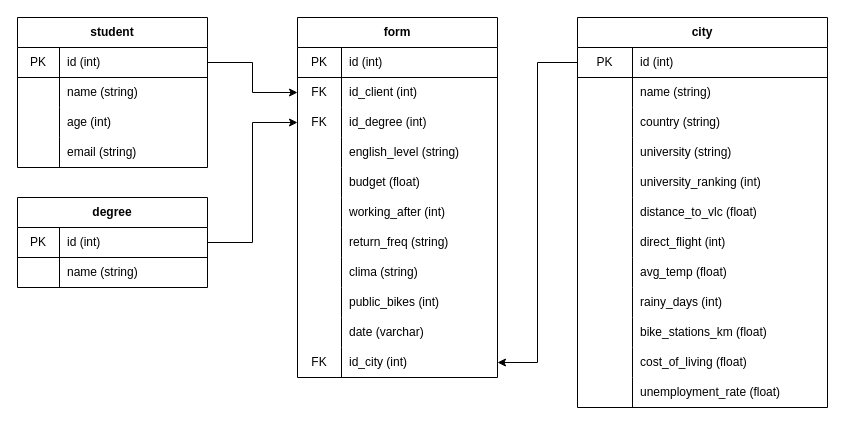
The draw.io diagram WakeTeam_db.drawio in viasmo1/edem-mda-DP1-wake, before the edit. Source tidied: cells renumbered, new cells numbered last; positions are measured from the earlier drawing's top-left corner, leaving out a move shared by most shapes. Both pictures are drawn from the tidied source at 100%, with x=0, y=0 at pixel (17, 17).
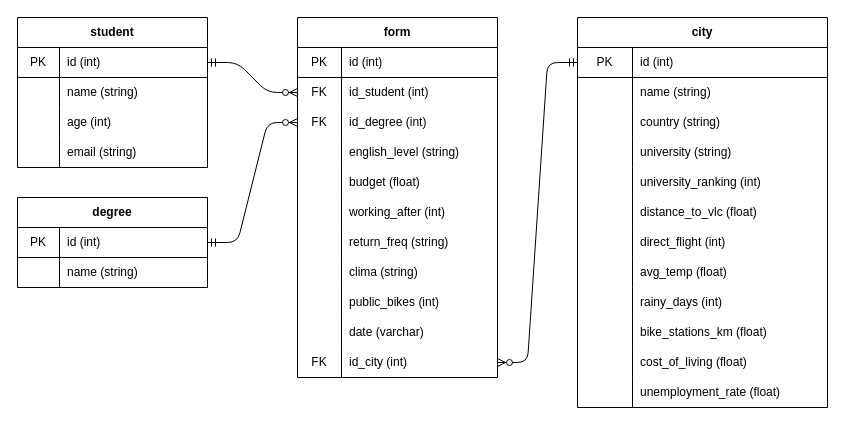
After the change.

Unchanged cells that the change refers to:
```xml
<mxCell id="3" style="shape=partialRectangle;html=1;whiteSpace=wrap;fillColor=none;top=0;left=0;bottom=1;right=0;points=[[0,0.5],[1,0.5]];portConstraint=eastwest;" parent="2" vertex="1">
  <mxGeometry y="30" width="190" height="30" as="geometry" />
</mxCell>
<mxCell id="16" style="shape=partialRectangle;html=1;whiteSpace=wrap;fillColor=none;top=0;left=0;bottom=1;right=0;points=[[0,0.5],[1,0.5]];portConstraint=eastwest;" parent="15" vertex="1">
  <mxGeometry y="30" width="250" height="30" as="geometry" />
</mxCell>
<mxCell id="56" style="shape=partialRectangle;html=1;whiteSpace=wrap;fillColor=none;top=0;left=0;bottom=0;right=0;points=[[0,0.5],[1,0.5]];portConstraint=eastwest;" parent="52" vertex="1">
  <mxGeometry y="60" width="200" height="30" as="geometry" />
</mxCell>
<mxCell id="59" style="shape=partialRectangle;html=1;whiteSpace=wrap;fillColor=none;top=0;left=0;bottom=0;right=0;points=[[0,0.5],[1,0.5]];portConstraint=eastwest;" parent="52" vertex="1">
  <mxGeometry y="90" width="200" height="30" as="geometry" />
</mxCell>
<mxCell id="83" style="shape=partialRectangle;html=1;whiteSpace=wrap;fillColor=none;top=0;left=0;bottom=0;right=0;points=[[0,0.5],[1,0.5]];portConstraint=eastwest;" parent="52" vertex="1">
  <mxGeometry y="330" width="200" height="30" as="geometry" />
</mxCell>
<mxCell id="87" style="shape=partialRectangle;html=1;whiteSpace=wrap;fillColor=none;top=0;left=0;bottom=1;right=0;points=[[0,0.5],[1,0.5]];portConstraint=eastwest;" parent="86" vertex="1">
  <mxGeometry y="30" width="190" height="30" as="geometry" />
</mxCell>
```

Diff of the diagram source:
```diff
@@
-    <mxCell id="58" value="id_client (int)" style="shape=partialRectangle;html=1;whiteSpace=wrap;fillColor=none;top=0;left=0;bottom=0;right=0;align=left;spacingLeft=6;overflow=hidden;" parent="56" vertex="1">
+    <mxCell id="58" value="id_student (int)" style="shape=partialRectangle;html=1;whiteSpace=wrap;fillColor=none;top=0;left=0;bottom=0;right=0;align=left;spacingLeft=6;overflow=hidden;" parent="56" vertex="1">
       <mxGeometry x="44" width="156" height="30" as="geometry" />
     </mxCell>
@@
+    <mxCell id="94" style="edgeStyle=entityRelationEdgeStyle;fontSize=12;html=1;endArrow=ERzeroToMany;startArrow=ERmandOne;exitX=1;exitY=0.5;exitDx=0;exitDy=0;entryX=0;entryY=0.5;entryDx=0;entryDy=0;endFill=1;" parent="1" edge="1" source="87" target="59">
+      <mxGeometry relative="1" as="geometry" />
+    </mxCell>
+    <mxCell id="96" style="edgeStyle=entityRelationEdgeStyle;fontSize=12;html=1;endArrow=ERmandOne;startArrow=ERzeroToMany;exitX=1;exitY=0.5;exitDx=0;exitDy=0;entryX=0;entryY=0.5;entryDx=0;entryDy=0;startFill=1;" parent="1" edge="1" source="83" target="16">
+      <mxGeometry relative="1" as="geometry" />
+    </mxCell>
-    <mxCell id="93" style="edgeStyle=orthogonalEdgeStyle;rounded=0;jettySize=auto;html=1;exitX=1;exitY=0.5;exitDx=0;exitDy=0;entryX=0;entryY=0.5;entryDx=0;entryDy=0;" parent="1" edge="1" source="3" target="56">
+    <mxCell id="93" style="edgeStyle=entityRelationEdgeStyle;fontSize=12;html=1;endArrow=ERzeroToMany;startArrow=ERmandOne;entryX=0;entryY=0.5;entryDx=0;entryDy=0;exitX=1;exitY=0.5;exitDx=0;exitDy=0;" parent="1" edge="1" source="3" target="56">
       <mxGeometry relative="1" as="geometry" />
     </mxCell>
-    <mxCell id="94" style="edgeStyle=orthogonalEdgeStyle;rounded=0;jettySize=auto;html=1;exitX=1;exitY=0.5;exitDx=0;exitDy=0;entryX=0;entryY=0.5;entryDx=0;entryDy=0;" parent="1" edge="1" source="87" target="59">
-      <mxGeometry relative="1" as="geometry" />
-    </mxCell>
-    <mxCell id="95" style="edgeStyle=orthogonalEdgeStyle;rounded=0;jettySize=auto;html=1;exitX=0;exitY=0.5;exitDx=0;exitDy=0;entryX=1;entryY=0.5;entryDx=0;entryDy=0;" parent="1" edge="1" source="16" target="83">
-      <mxGeometry relative="1" as="geometry" />
-    </mxCell>
```
